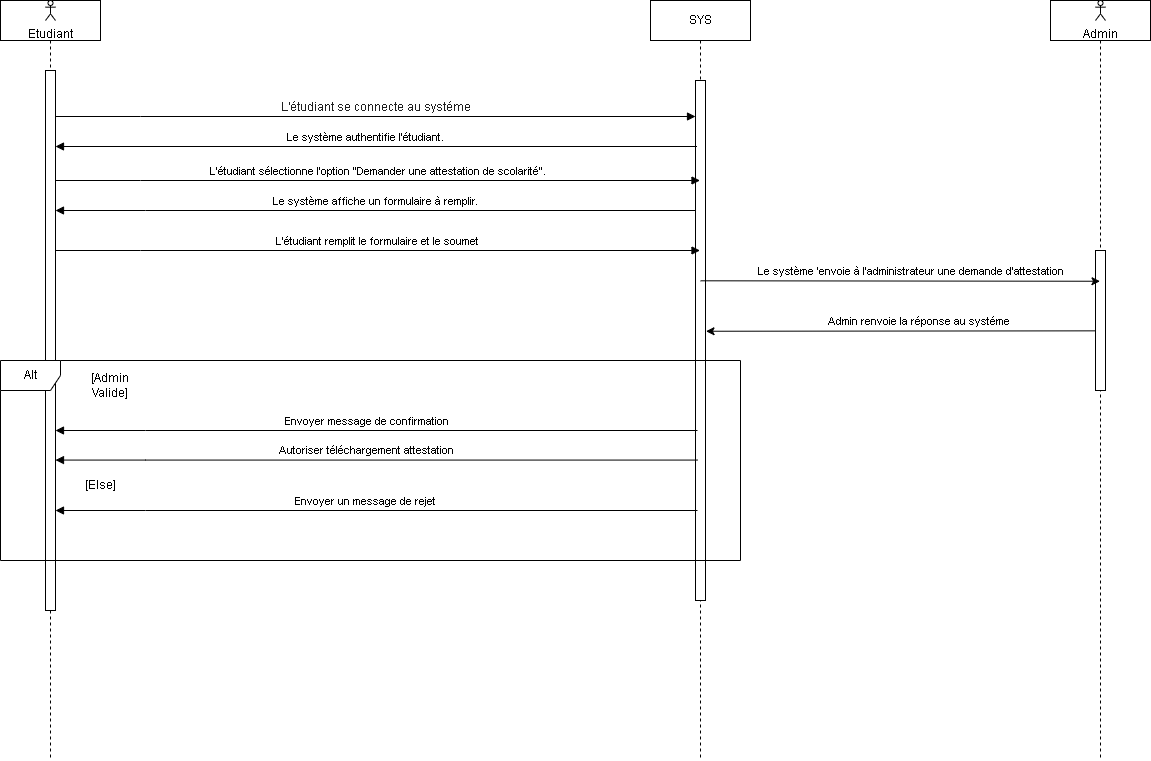
elm-dak/uml-gestion-scolaire keeps this draw.io diagram as demandeAttestation.drawio.png. Above is the earlier version. Source tidied: cells renumbered, new cells last; positions are measured from the earlier drawing's top-left corner, leaving out a move shared by most shapes.
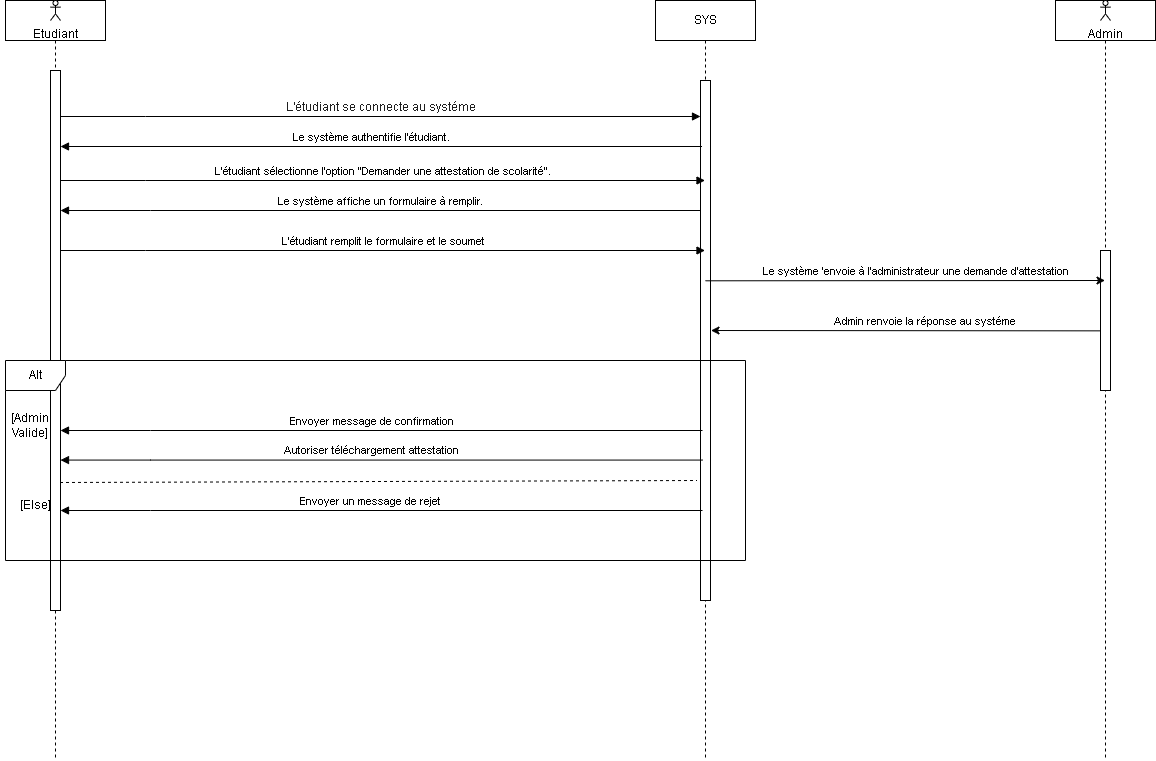
The same diagram one commit later.

What changed in the source:
```diff
@@ -100,7 +100,7 @@
       <mxGeometry y="360" width="740" height="200" as="geometry" />
     </mxCell>
     <mxCell id="21" value="[Admin Valide]" style="text;html=1;strokeColor=none;fillColor=none;align=center;verticalAlign=middle;whiteSpace=wrap;rounded=0;" parent="1" vertex="1">
-      <mxGeometry x="80" y="370" width="60" height="30" as="geometry" />
+      <mxGeometry x="-5" y="410" width="60" height="30" as="geometry" />
     </mxCell>
     <mxCell id="22" style="html=1;verticalAlign=bottom;endArrow=block;edgeStyle=elbowEdgeStyle;elbow=vertical;curved=0;rounded=0;" parent="1" edge="1">
       <mxGeometry relative="1" as="geometry">
@@ -131,7 +131,7 @@
       </mxGeometry>
     </mxCell>
     <mxCell id="26" value="[Else]" style="text;html=1;strokeColor=none;fillColor=none;align=center;verticalAlign=middle;whiteSpace=wrap;rounded=0;" parent="1" vertex="1">
-      <mxGeometry x="70" y="470" width="60" height="30" as="geometry" />
+      <mxGeometry y="490" width="60" height="30" as="geometry" />
     </mxCell>
     <mxCell id="27" style="html=1;verticalAlign=bottom;endArrow=block;edgeStyle=elbowEdgeStyle;elbow=vertical;curved=0;rounded=0;" parent="1" edge="1">
       <mxGeometry relative="1" as="geometry">
@@ -147,5 +147,11 @@
         <mxPoint x="2" y="-14" as="offset" />
       </mxGeometry>
     </mxCell>
+    <mxCell id="29" style="endArrow=none;dashed=1;html=1;rounded=0;" parent="1" edge="1">
+      <mxGeometry relative="1" as="geometry">
+        <mxPoint x="54.5" y="482" as="sourcePoint" />
+        <mxPoint x="691.5" y="480" as="targetPoint" />
+      </mxGeometry>
+    </mxCell>
   </root>
 </mxGraphModel>
```
